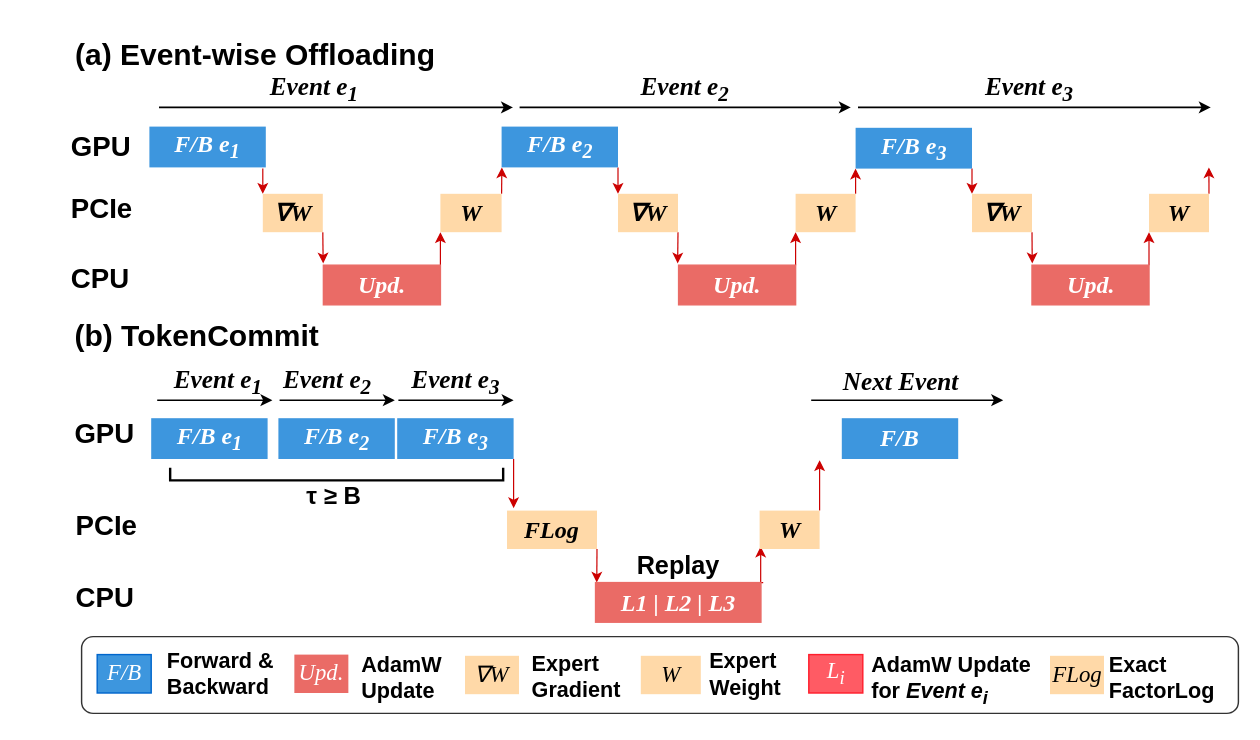
Above: tokencommit.drawio in mm0318/draw (draw.io), before the change. Source tidied: cells renumbered, new cells numbered last; positions are measured from the earlier drawing's top-left corner, leaving out a move shared by most shapes. Both pictures are drawn from the tidied source at 120%, with x=0, y=0 at pixel (20, 35).
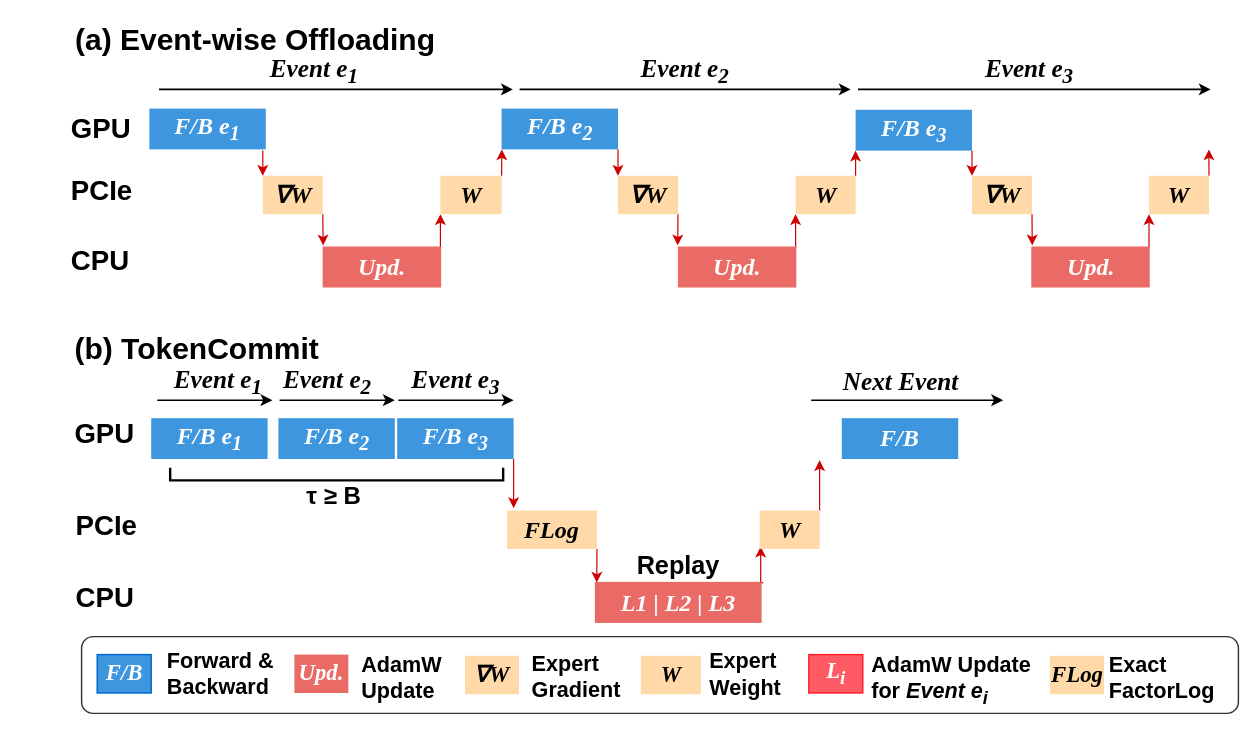
The same page after the edit.

What changed in the source:
```diff
@@
     <mxCell id="2" value="&lt;font style=&quot;font-size: 25px;&quot;&gt;(a) Event-wise Offloading&lt;/font&gt;" style="text;html=1;strokeColor=none;fillColor=none;align=center;verticalAlign=middle;fontFamily=Arial;fontSize=20;fontStyle=1;" parent="1" vertex="1">
-      <mxGeometry width="390" height="30" as="geometry" />
+      <mxGeometry y="-12" width="390" height="30" as="geometry" />
     </mxCell>
     <mxCell id="3" value="&lt;font style=&quot;font-size: 25px;&quot;&gt;(b) TokenCommit&lt;/font&gt;" style="text;html=1;strokeColor=none;fillColor=none;align=left;verticalAlign=middle;fontFamily=Arial;fontSize=20;fontStyle=1;" parent="1" vertex="1">
-      <mxGeometry x="42.5" y="234" width="181" height="30" as="geometry" />
+      <mxGeometry x="42.5" y="245" width="181" height="30" as="geometry" />
     </mxCell>
     <mxCell id="4" value="&lt;font style=&quot;font-size: 23px;&quot;&gt;GPU&lt;/font&gt;" style="text;html=1;strokeColor=none;fillColor=none;align=left;verticalAlign=middle;fontFamily=Arial;fontSize=18;fontStyle=1;" parent="1" vertex="1">
-      <mxGeometry x="39.5" y="80" width="115" height="26" as="geometry" />
+      <mxGeometry x="39.5" y="65" width="115" height="26" as="geometry" />
     </mxCell>
     <mxCell id="5" value="&lt;font style=&quot;font-size: 23px;&quot;&gt;PCIe&lt;/font&gt;" style="text;html=1;strokeColor=none;fillColor=none;align=left;verticalAlign=middle;fontFamily=Arial;fontSize=18;fontStyle=1;" parent="1" vertex="1">
-      <mxGeometry x="39.5" y="132" width="115" height="26" as="geometry" />
+      <mxGeometry x="39.5" y="117" width="115" height="26" as="geometry" />
     </mxCell>
     <mxCell id="6" value="&lt;font style=&quot;font-size: 23px;&quot;&gt;CPU&lt;/font&gt;" style="text;html=1;strokeColor=none;fillColor=none;align=left;verticalAlign=middle;fontFamily=Arial;fontSize=18;fontStyle=1;" parent="1" vertex="1">
-      <mxGeometry x="39.5" y="190" width="115" height="26" as="geometry" />
+      <mxGeometry x="39.5" y="175" width="115" height="26" as="geometry" />
     </mxCell>
     <mxCell id="7" value="&lt;b&gt;&lt;font style=&quot;font-size: 21px;&quot;&gt;Event e&lt;sub style=&quot;&quot;&gt;1&lt;/sub&gt;&lt;/font&gt;&lt;/b&gt;" style="text;html=1;strokeColor=none;fillColor=none;align=center;verticalAlign=middle;fontFamily=Times New Roman;fontSize=17;fontStyle=2;" parent="1" vertex="1">
-      <mxGeometry x="164" y="30" width="160" height="30" as="geometry" />
+      <mxGeometry x="164" y="15" width="160" height="30" as="geometry" />
     </mxCell>
     <mxCell id="8" style="edgeStyle=none;html=1;rounded=0;orthogonalLoop=1;strokeColor=#000000;strokeWidth=1.3;dashed=0;endArrow=classic;startArrow=none;endFill=1;startFill=1;" parent="1" edge="1">
       <mxGeometry relative="1" as="geometry">
-        <mxPoint x="115" y="60" as="sourcePoint" />
-        <mxPoint x="410" y="60" as="targetPoint" />
+        <mxPoint x="115" y="45" as="sourcePoint" />
+        <mxPoint x="410" y="45" as="targetPoint" />
       </mxGeometry>
     </mxCell>
     <mxCell id="9" style="edgeStyle=orthogonalEdgeStyle;rounded=0;jettySize=auto;html=1;exitX=1;exitY=1;exitDx=0;exitDy=0;entryX=0;entryY=0;entryDx=0;entryDy=0;strokeColor=#CC0000;" parent="1" edge="1" target="12">
       <mxGeometry relative="1" as="geometry">
-        <mxPoint x="201.5" y="111" as="sourcePoint" />
+        <mxPoint x="201.5" y="96" as="sourcePoint" />
       </mxGeometry>
     </mxCell>
     <mxCell id="10" value="&lt;font style=&quot;font-size: 20px;&quot;&gt;&lt;b&gt;F/B e&lt;sub&gt;1&lt;/sub&gt;&lt;/b&gt;&lt;/font&gt;" style="rounded=0;whiteSpace=wrap;html=1;fillColor=#3D96DE;strokeColor=none;strokeWidth=1.2;fontColor=#FFFFFF;fontFamily=Times New Roman;fontSize=19;fontStyle=2;align=center;verticalAlign=middle;" parent="1" vertex="1">
-      <mxGeometry x="107" y="76" width="97" height="34" as="geometry" />
+      <mxGeometry x="107" y="61" width="97" height="34" as="geometry" />
     </mxCell>
     <mxCell id="11" style="edgeStyle=orthogonalEdgeStyle;rounded=0;jettySize=auto;html=1;exitX=1;exitY=1;exitDx=0;exitDy=0;strokeColor=#CC0000;" parent="1" edge="1" source="12">
       <mxGeometry relative="1" as="geometry">
-        <mxPoint x="251.8" y="190" as="targetPoint" />
+        <mxPoint x="251.8" y="175" as="targetPoint" />
       </mxGeometry>
     </mxCell>
     <mxCell id="12" value="&lt;font style=&quot;font-size: 20px;&quot;&gt;&lt;b style=&quot;&quot;&gt;∇W&lt;/b&gt;&lt;/font&gt;" style="rounded=0;whiteSpace=wrap;html=1;fillColor=#FFD9A8;strokeColor=none;strokeWidth=1.2;fontColor=#000000;fontFamily=Times New Roman;fontSize=17;fontStyle=2;align=center;verticalAlign=middle;" parent="1" vertex="1">
-      <mxGeometry x="201.5" y="132" width="50" height="32" as="geometry" />
+      <mxGeometry x="201.5" y="117" width="50" height="32" as="geometry" />
     </mxCell>
@@
     <mxCell id="14" value="&lt;font style=&quot;font-size: 20px;&quot;&gt;&lt;b&gt;Upd.&lt;/b&gt;&lt;/font&gt;" style="rounded=0;whiteSpace=wrap;html=1;fillColor=#EA6B66;strokeColor=#EA6B66;strokeWidth=1.2;fontColor=#FFFFFF;fontFamily=Times New Roman;fontSize=18;fontStyle=2;align=center;verticalAlign=middle;" parent="1" vertex="1">
-      <mxGeometry x="252" y="191.5" width="97.5" height="33" as="geometry" />
+      <mxGeometry x="252" y="176.5" width="97.5" height="33" as="geometry" />
     </mxCell>
     <mxCell id="15" style="edgeStyle=orthogonalEdgeStyle;rounded=0;jettySize=auto;html=1;exitX=1;exitY=0;exitDx=0;exitDy=0;strokeColor=#CC0000;" parent="1" edge="1" source="16">
       <mxGeometry relative="1" as="geometry">
-        <mxPoint x="400.7" y="110" as="targetPoint" />
+        <mxPoint x="400.7" y="95" as="targetPoint" />
       </mxGeometry>
     </mxCell>
     <mxCell id="16" value="&lt;font style=&quot;font-size: 20px;&quot;&gt;&lt;b style=&quot;&quot;&gt;W&lt;/b&gt;&lt;/font&gt;" style="rounded=0;whiteSpace=wrap;html=1;fillColor=#FFD9A8;strokeColor=none;strokeWidth=1.2;fontColor=#000000;fontFamily=Times New Roman;fontSize=17;fontStyle=2;align=center;verticalAlign=middle;" parent="1" vertex="1">
-      <mxGeometry x="349.5" y="132" width="51" height="32" as="geometry" />
+      <mxGeometry x="349.5" y="117" width="51" height="32" as="geometry" />
     </mxCell>
     <mxCell id="17" value="&lt;b&gt;&lt;font style=&quot;font-size: 21px;&quot;&gt;Event e&lt;sub style=&quot;&quot;&gt;2&lt;/sub&gt;&lt;/font&gt;&lt;/b&gt;" style="text;html=1;strokeColor=none;fillColor=none;align=center;verticalAlign=middle;fontFamily=Times New Roman;fontSize=17;fontStyle=2;" parent="1" vertex="1">
-      <mxGeometry x="473" y="30" width="160" height="30" as="geometry" />
+      <mxGeometry x="473" y="15" width="160" height="30" as="geometry" />
     </mxCell>
     <mxCell id="18" style="edgeStyle=none;html=1;rounded=0;orthogonalLoop=1;strokeColor=#000000;strokeWidth=1.3;dashed=0;endArrow=classic;startArrow=none;endFill=1;startFill=1;" parent="1" edge="1">
       <mxGeometry relative="1" as="geometry">
-        <mxPoint x="415.5" y="60" as="sourcePoint" />
-        <mxPoint x="691.5" y="60" as="targetPoint" />
+        <mxPoint x="415.5" y="45" as="sourcePoint" />
+        <mxPoint x="691.5" y="45" as="targetPoint" />
       </mxGeometry>
     </mxCell>
@@
     <mxCell id="20" value="&lt;font style=&quot;font-size: 20px;&quot;&gt;&lt;b&gt;F/B e&lt;sub style=&quot;&quot;&gt;2&lt;/sub&gt;&lt;/b&gt;&lt;/font&gt;" style="rounded=0;whiteSpace=wrap;html=1;fillColor=#3D96DE;strokeColor=none;strokeWidth=1.2;fontColor=#FFFFFF;fontFamily=Times New Roman;fontSize=19;fontStyle=2;align=center;verticalAlign=middle;" parent="1" vertex="1">
-      <mxGeometry x="400.5" y="76" width="97" height="34" as="geometry" />
+      <mxGeometry x="400.5" y="61" width="97" height="34" as="geometry" />
     </mxCell>
     <mxCell id="21" style="edgeStyle=orthogonalEdgeStyle;rounded=0;jettySize=auto;html=1;exitX=1;exitY=1;exitDx=0;exitDy=0;strokeColor=#CC0000;" parent="1" edge="1" source="22">
       <mxGeometry relative="1" as="geometry">
-        <mxPoint x="547.2" y="190" as="targetPoint" />
+        <mxPoint x="547.2" y="175" as="targetPoint" />
       </mxGeometry>
     </mxCell>
     <mxCell id="22" value="&lt;font style=&quot;font-size: 20px;&quot;&gt;&lt;b style=&quot;&quot;&gt;∇W&lt;/b&gt;&lt;/font&gt;" style="rounded=0;whiteSpace=wrap;html=1;fillColor=#FFD9A8;strokeColor=none;strokeWidth=1.2;fontColor=#000000;fontFamily=Times New Roman;fontSize=17;fontStyle=2;align=center;verticalAlign=middle;" parent="1" vertex="1">
-      <mxGeometry x="497.5" y="132" width="50" height="32" as="geometry" />
+      <mxGeometry x="497.5" y="117" width="50" height="32" as="geometry" />
     </mxCell>
@@
     <mxCell id="24" value="&lt;font style=&quot;font-size: 20px;&quot;&gt;Upd.&lt;/font&gt;" style="rounded=0;whiteSpace=wrap;html=1;fillColor=#EA6B66;strokeColor=#EA6B66;strokeWidth=1.2;fontColor=#FFFFFF;fontFamily=Times New Roman;fontSize=18;fontStyle=3;align=center;verticalAlign=middle;" parent="1" vertex="1">
-      <mxGeometry x="548" y="191.5" width="97.5" height="33" as="geometry" />
+      <mxGeometry x="548" y="176.5" width="97.5" height="33" as="geometry" />
     </mxCell>
@@
     <mxCell id="26" value="&lt;font style=&quot;font-size: 20px;&quot;&gt;&lt;b style=&quot;&quot;&gt;W&lt;/b&gt;&lt;/font&gt;" style="rounded=0;whiteSpace=wrap;html=1;fillColor=#FFD9A8;strokeColor=none;strokeWidth=1.2;fontColor=#000000;fontFamily=Times New Roman;fontSize=17;fontStyle=2;align=center;verticalAlign=middle;" parent="1" vertex="1">
-      <mxGeometry x="645.5" y="132" width="50" height="32" as="geometry" />
+      <mxGeometry x="645.5" y="117" width="50" height="32" as="geometry" />
     </mxCell>
     <mxCell id="27" value="&lt;b&gt;&lt;font style=&quot;font-size: 21px;&quot;&gt;Event e&lt;sub style=&quot;&quot;&gt;3&lt;/sub&gt;&lt;/font&gt;&lt;/b&gt;" style="text;html=1;strokeColor=none;fillColor=none;align=center;verticalAlign=middle;fontFamily=Times New Roman;fontSize=17;fontStyle=2;" parent="1" vertex="1">
-      <mxGeometry x="760" y="30" width="160" height="30" as="geometry" />
+      <mxGeometry x="760" y="15" width="160" height="30" as="geometry" />
     </mxCell>
     <mxCell id="28" style="edgeStyle=none;html=1;rounded=0;orthogonalLoop=1;strokeColor=#000000;strokeWidth=1.3;dashed=0;endArrow=classic;startArrow=none;endFill=1;startFill=1;" parent="1" edge="1">
       <mxGeometry relative="1" as="geometry">
-        <mxPoint x="697.5" y="60" as="sourcePoint" />
-        <mxPoint x="991.5" y="60" as="targetPoint" />
+        <mxPoint x="697.5" y="45" as="sourcePoint" />
+        <mxPoint x="991.5" y="45" as="targetPoint" />
       </mxGeometry>
     </mxCell>
@@
     <mxCell id="30" value="&lt;font style=&quot;font-size: 20px;&quot;&gt;F/B e&lt;sub style=&quot;&quot;&gt;3&lt;/sub&gt;&lt;/font&gt;" style="rounded=0;whiteSpace=wrap;html=1;fillColor=#3D96DE;strokeColor=none;strokeWidth=1.2;fontColor=#FFFFFF;fontFamily=Times New Roman;fontSize=19;fontStyle=3;align=center;verticalAlign=middle;" parent="1" vertex="1">
-      <mxGeometry x="695.5" y="77" width="97" height="34" as="geometry" />
+      <mxGeometry x="695.5" y="62" width="97" height="34" as="geometry" />
     </mxCell>
     <mxCell id="31" style="edgeStyle=orthogonalEdgeStyle;rounded=0;jettySize=auto;html=1;exitX=1;exitY=1;exitDx=0;exitDy=0;strokeColor=#CC0000;" parent="1" edge="1" source="32">
       <mxGeometry relative="1" as="geometry">
-        <mxPoint x="842.7" y="190" as="targetPoint" />
+        <mxPoint x="842.7" y="175" as="targetPoint" />
       </mxGeometry>
     </mxCell>
     <mxCell id="32" value="&lt;font style=&quot;font-size: 20px;&quot;&gt;&lt;b style=&quot;&quot;&gt;∇W&lt;/b&gt;&lt;/font&gt;" style="rounded=0;whiteSpace=wrap;html=1;fillColor=#FFD9A8;strokeColor=none;strokeWidth=1.2;fontColor=#000000;fontFamily=Times New Roman;fontSize=17;fontStyle=2;align=center;verticalAlign=middle;" parent="1" vertex="1">
-      <mxGeometry x="792.5" y="132" width="50" height="32" as="geometry" />
+      <mxGeometry x="792.5" y="117" width="50" height="32" as="geometry" />
     </mxCell>
@@
     <mxCell id="34" value="&lt;font style=&quot;font-size: 20px;&quot;&gt;&lt;b&gt;Upd.&lt;/b&gt;&lt;/font&gt;" style="rounded=0;whiteSpace=wrap;html=1;fillColor=#EA6B66;strokeColor=#EA6B66;strokeWidth=1.2;fontColor=#FFFFFF;fontFamily=Times New Roman;fontSize=18;fontStyle=2;align=center;verticalAlign=middle;" parent="1" vertex="1">
-      <mxGeometry x="842.5" y="191.5" width="97.5" height="33" as="geometry" />
+      <mxGeometry x="842.5" y="176.5" width="97.5" height="33" as="geometry" />
     </mxCell>
     <mxCell id="35" style="edgeStyle=orthogonalEdgeStyle;rounded=0;jettySize=auto;html=1;exitX=1;exitY=0;exitDx=0;exitDy=0;strokeColor=#CC0000;" parent="1" edge="1" source="36">
       <mxGeometry relative="1" as="geometry">
-        <mxPoint x="989.9" y="110" as="targetPoint" />
+        <mxPoint x="989.9" y="95" as="targetPoint" />
       </mxGeometry>
     </mxCell>
     <mxCell id="36" value="&lt;font style=&quot;font-size: 20px;&quot;&gt;&lt;b style=&quot;&quot;&gt;W&lt;/b&gt;&lt;/font&gt;" style="rounded=0;whiteSpace=wrap;html=1;fillColor=#FFD9A8;strokeColor=none;strokeWidth=1.2;fontColor=#000000;fontFamily=Times New Roman;fontSize=17;fontStyle=2;align=center;verticalAlign=middle;" parent="1" vertex="1">
-      <mxGeometry x="940" y="132" width="50" height="32" as="geometry" />
+      <mxGeometry x="940" y="117" width="50" height="32" as="geometry" />
     </mxCell>
@@
-    <mxCell id="63" value="F/B" style="rounded=0;whiteSpace=wrap;html=1;fillColor=#3D96DE;strokeColor=#0066CC;strokeWidth=1.2;fontColor=#FFFFFF;fontFamily=Times New Roman;fontSize=19;fontStyle=2;align=center;verticalAlign=middle;" parent="1" vertex="1">
+    <mxCell id="63" value="&lt;b&gt;F/B&lt;/b&gt;" style="rounded=0;whiteSpace=wrap;html=1;fillColor=#3D96DE;strokeColor=#0066CC;strokeWidth=1.2;fontColor=#FFFFFF;fontFamily=Times New Roman;fontSize=19;fontStyle=2;align=center;verticalAlign=middle;" parent="1" vertex="1">
       <mxGeometry x="63.5" y="516" width="45" height="32" as="geometry" />
     </mxCell>
@@
-    <mxCell id="65" value="&lt;font style=&quot;font-size: 19px;&quot;&gt;Upd.&lt;/font&gt;" style="rounded=0;whiteSpace=wrap;html=1;fillColor=#EA6B66;strokeColor=none;strokeWidth=1.2;fontColor=#FFFFFF;fontFamily=Times New Roman;fontSize=18;fontStyle=2;align=center;verticalAlign=middle;" parent="1" vertex="1">
+    <mxCell id="65" value="&lt;font style=&quot;font-size: 19px;&quot;&gt;&lt;b&gt;Upd.&lt;/b&gt;&lt;/font&gt;" style="rounded=0;whiteSpace=wrap;html=1;fillColor=#EA6B66;strokeColor=none;strokeWidth=1.2;fontColor=#FFFFFF;fontFamily=Times New Roman;fontSize=18;fontStyle=2;align=center;verticalAlign=middle;" parent="1" vertex="1">
       <mxGeometry x="227.8" y="516" width="45" height="32" as="geometry" />
     </mxCell>
-    <mxCell id="66" value="&lt;font style=&quot;font-size: 19px;&quot;&gt;∇W&lt;/font&gt;" style="rounded=0;whiteSpace=wrap;html=1;fillColor=#FFD9A8;strokeColor=none;strokeWidth=1.2;fontColor=#000000;fontFamily=Times New Roman;fontSize=17;fontStyle=2;align=center;verticalAlign=middle;" parent="1" vertex="1">
+    <mxCell id="66" value="&lt;font style=&quot;font-size: 19px;&quot;&gt;&lt;b&gt;∇W&lt;/b&gt;&lt;/font&gt;" style="rounded=0;whiteSpace=wrap;html=1;fillColor=#FFD9A8;strokeColor=none;strokeWidth=1.2;fontColor=#000000;fontFamily=Times New Roman;fontSize=17;fontStyle=2;align=center;verticalAlign=middle;" parent="1" vertex="1">
       <mxGeometry x="370" y="517" width="45" height="32" as="geometry" />
     </mxCell>
@@
-    <mxCell id="68" value="&lt;font style=&quot;font-size: 19px;&quot;&gt;L&lt;sub&gt;i&lt;/sub&gt;&lt;/font&gt;" style="rounded=0;whiteSpace=wrap;html=1;fillColor=#FF5B64;strokeColor=#FF1F2D;strokeWidth=1.2;fontColor=#FFFFFF;fontFamily=Times New Roman;fontSize=18;fontStyle=2;align=center;verticalAlign=middle;" parent="1" vertex="1">
+    <mxCell id="68" value="&lt;font style=&quot;font-size: 19px;&quot;&gt;&lt;b&gt;L&lt;sub&gt;i&lt;/sub&gt;&lt;/b&gt;&lt;/font&gt;" style="rounded=0;whiteSpace=wrap;html=1;fillColor=#FF5B64;strokeColor=#FF1F2D;strokeWidth=1.2;fontColor=#FFFFFF;fontFamily=Times New Roman;fontSize=18;fontStyle=2;align=center;verticalAlign=middle;" parent="1" vertex="1">
       <mxGeometry x="656.5" y="516" width="45" height="32" as="geometry" />
     </mxCell>
@@
-    <mxCell id="70" value="&lt;font style=&quot;font-size: 19px;&quot;&gt;W&lt;/font&gt;" style="rounded=0;whiteSpace=wrap;html=1;fillColor=#FFD9A8;strokeColor=none;strokeWidth=1.2;fontColor=#000000;fontFamily=Times New Roman;fontSize=17;fontStyle=2;align=center;verticalAlign=middle;" parent="1" vertex="1">
+    <mxCell id="70" value="&lt;font style=&quot;font-size: 19px;&quot;&gt;&lt;b&gt;W&lt;/b&gt;&lt;/font&gt;" style="rounded=0;whiteSpace=wrap;html=1;fillColor=#FFD9A8;strokeColor=none;strokeWidth=1.2;fontColor=#000000;fontFamily=Times New Roman;fontSize=17;fontStyle=2;align=center;verticalAlign=middle;" parent="1" vertex="1">
       <mxGeometry x="516.5" y="517" width="50" height="32" as="geometry" />
     </mxCell>
@@
-    <mxCell id="73" value="&lt;font style=&quot;font-size: 19px;&quot;&gt;FLog &lt;/font&gt;" style="rounded=0;whiteSpace=wrap;html=1;fillColor=#FFD9A8;strokeColor=none;strokeWidth=1.2;fontColor=#000000;fontFamily=Times New Roman;fontSize=17;fontStyle=2;align=center;verticalAlign=middle;" parent="1" vertex="1">
+    <mxCell id="73" value="&lt;font style=&quot;font-size: 19px;&quot;&gt;&lt;b&gt;FLog &lt;/b&gt;&lt;/font&gt;" style="rounded=0;whiteSpace=wrap;html=1;fillColor=#FFD9A8;strokeColor=none;strokeWidth=1.2;fontColor=#000000;fontFamily=Times New Roman;fontSize=17;fontStyle=2;align=center;verticalAlign=middle;" parent="1" vertex="1">
       <mxGeometry x="857.5" y="517" width="45" height="32" as="geometry" />
     </mxCell>
```
